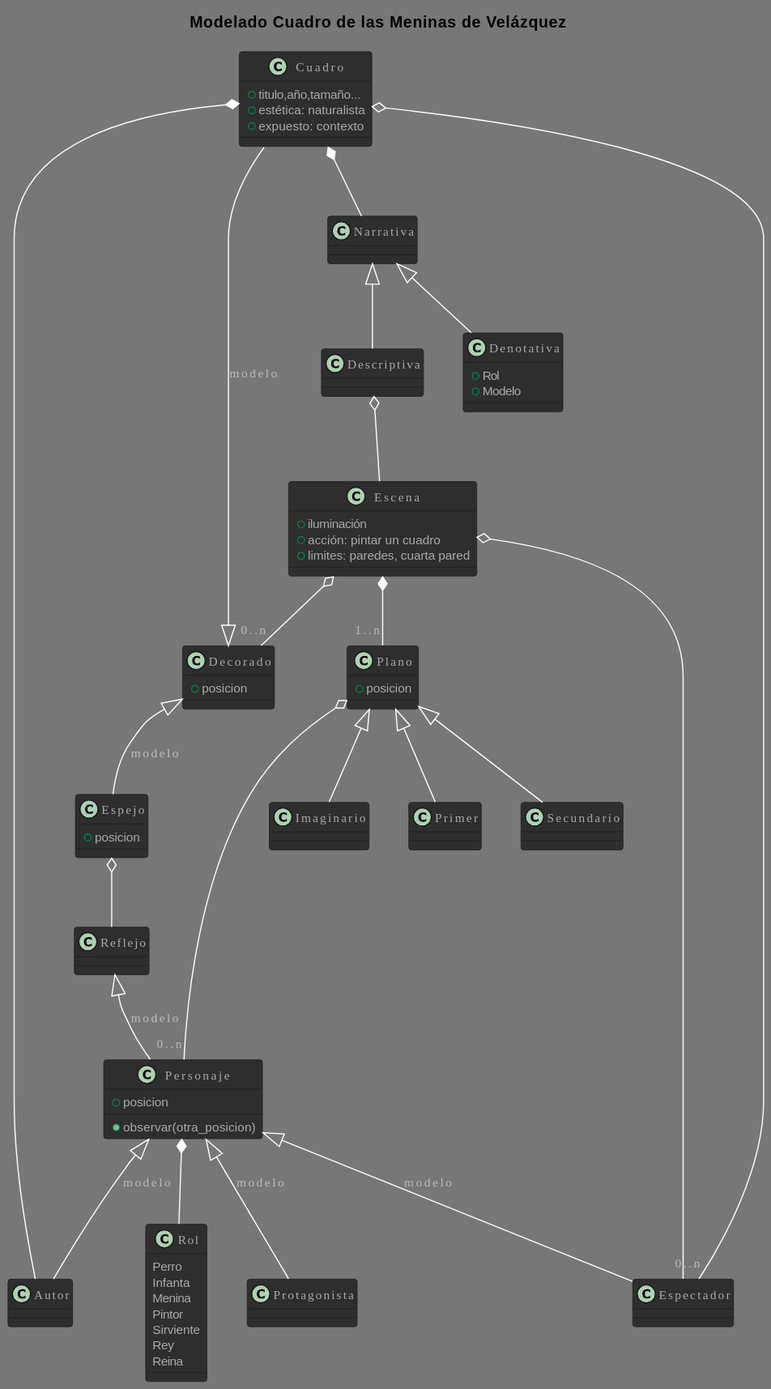
Above: PracticasMaster/01_Modelado_O/diagrams/meninas/MeninasDomain.svg in Joselon/joselon.github.io (PlantUML), before the change. The source it was exported from:
```plantuml
@startuml
!theme reddress-darkred
title Modelado Cuadro de las Meninas de Velázquez

class Cuadro {
    + titulo,año,tamaño...
    + estética: naturalista
    + expuesto: contexto
}
Cuadro *-- Autor
Cuadro o--"0..n" Espectador
Cuadro *-- Narrativa

class Narrativa {
}
Narrativa <|-- Denotativa
Narrativa <|-- Descriptiva

class Denotativa {
    + Rol
    + Modelo
}

class Rol {
    Perro
    Infanta
    Menina
    Pintor
    Sirviente
    Rey
    Reina
}

class Descriptiva{
}
Descriptiva o-- Escena

class Escena {
    + iluminación
    + acción: pintar un cuadro
    + limites: paredes, cuarta pared
}
Escena o--"0..n" Decorado
Escena *--"1..n" Plano
Escena o-- Espectador

class Plano {
    + posicion
}
Plano <|-- Primer
Plano <|-- Secundario
Plano <|-- Imaginario
Plano o--"0..n" Personaje

class Decorado {
   + posicion
}
Decorado <|-- Cuadro :modelo
Decorado <|-- Espejo :modelo

class Espejo {
    + posicion
}
Espejo o-- Reflejo

class Reflejo{
}
Reflejo <|-- Personaje :modelo

class Personaje {
    + posicion
    + observar(otra_posicion)
}
Personaje <|-- Autor :modelo
Personaje <|-- Espectador :modelo
Personaje <|-- Protagonista :modelo
Personaje *-- Rol

class Espectador {
}

@end




skinparam stereotypeCBackgroundColor 880000
skinparam backgroundColor 777







skinparam circledCharacter {
  radius 8
  fontSize 11
  fontName Verdana
}

skinparam class {
    backgroundColor 2e2e2e
  borderColor 1b1b1b
    fontColor fff
  fontName Verdana
  fontSize 11
  stereotypeFontColor aaa
  stereotypeFontSize 11
    arrowColor fff
  arrowFontName Verdana
  arrowFontColor bbb
  arrowFontSize 11

  attributeFontColor aaa
  attributeFontSize 11
  attributeIconSize 11
}


skinparam actor {
    backgroundColor 880000
  borderColor 330000
    fontColor fff
  fontName Verdana
  fontSize 11
  stereotypeFontColor aaa
  stereotypeFontSize 11
}

skinparam participant {
    backgroundColor 2e2e2e
  borderColor 1b1b1b
    fontColor fff
  fontName Verdana
  fontSize 11
  stereotypeFontColor aaa
  stereotypeFontSize 11
}

skinparam collections {
    backgroundColor 2e2e2e
  borderColor 1b1b1b
    fontColor fff
  fontName Verdana
  fontSize 11
  stereotypeFontColor aaa
  stereotypeFontSize 11
}

skinparam SequenceBox{
    backgroundColor 575757
  borderColor 767676
    fontColor fff
  fontName Verdana
  fontSize 11
  stereotypeFontColor aaa
  stereotypeFontSize 11
}


skinparam interface {
    backgroundColor 880000
  borderColor 330000
    fontColor fff
  fontName Verdana
  fontSize 11
  stereotypeFontColor aaa
  stereotypeFontSize 11
}

skinparam component {
    backgroundColor 2e2e2e
  borderColor 1b1b1b
    fontColor fff
  fontName Verdana
  fontSize 11
  stereotypeFontColor aaa
  stereotypeFontSize 11
}

skinparam node {
    backgroundColor 2e2e2e
  borderColor 1b1b1b
    fontColor fff
  fontName Verdana
  fontSize 11
  stereotypeFontColor aaa
  stereotypeFontSize 11
}

skinparam database {
    backgroundColor 2e2e2e
  borderColor 1b1b1b
    fontColor fff
  fontName Verdana
  fontSize 11
  stereotypeFontColor aaa
  stereotypeFontSize 11
}

skinparam queue {
    backgroundColor 2e2e2e
  borderColor 1b1b1b
    fontColor fff
  fontName Verdana
  fontSize 11
  stereotypeFontColor aaa
  stereotypeFontSize 11
}


skinparam usecase {
    backgroundColor 2e2e2e
  borderColor 1b1b1b
    fontColor fff
  fontName Verdana
  fontSize 11
  stereotypeFontColor aaa
  stereotypeFontSize 11
    arrowColor fff
  arrowFontName Verdana
  arrowFontColor bbb
  arrowFontSize 11
}

skinparam activity {
    backgroundColor 2e2e2e
  borderColor 1b1b1b
    fontColor fff
  fontName Verdana
  fontSize 11
  stereotypeFontColor aaa
  stereotypeFontSize 11
    arrowColor fff
  arrowFontName Verdana
  arrowFontColor bbb
  arrowFontSize 11
}

skinparam sequence {
    fontColor fff
  fontName Verdana
  fontSize 11
  stereotypeFontColor aaa
  stereotypeFontSize 11
    arrowColor fff
  arrowFontName Verdana
  arrowFontColor bbb
  arrowFontSize 11

  lifeLineBorderColor 880000
  lifeLineBackgroundColor 575757
}

skinparam boundary {
    backgroundColor 880000
  borderColor 330000
    fontColor fff
  fontName Verdana
  fontSize 11
  stereotypeFontColor aaa
  stereotypeFontSize 11
}

skinparam control {
    backgroundColor 880000
  borderColor 330000
    fontColor fff
  fontName Verdana
  fontSize 11
  stereotypeFontColor aaa
  stereotypeFontSize 11
}

skinparam entity {
    backgroundColor 880000
  borderColor 330000
    fontColor fff
  fontName Verdana
  fontSize 11
  stereotypeFontColor aaa
  stereotypeFontSize 11
}


skinparam state {
    backgroundColor 2e2e2e
  borderColor 1b1b1b
    fontColor fff
  fontName Verdana
  fontSize 11
  stereotypeFontColor aaa
  stereotypeFontSize 11
    arrowColor fff
  arrowFontName Verdana
  arrowFontColor bbb
  arrowFontSize 11
  startColor 880000
  endColor 330000
}


skinparam object {
    backgroundColor 2e2e2e
  borderColor 1b1b1b
    fontColor fff
  fontName Verdana
  fontSize 11
  stereotypeFontColor aaa
  stereotypeFontSize 11
    arrowColor fff
  arrowFontName Verdana
  arrowFontColor bbb
  arrowFontSize 11
}


skinparam note {
    backgroundColor 880000
  borderColor 330000
    fontColor fff
  fontName Verdana
  fontSize 11
  stereotypeFontColor aaa
  stereotypeFontSize 11
}

skinparam cloud {
    backgroundColor 2e2e2e
  borderColor 1b1b1b
    fontColor fff
  fontName Verdana
  fontSize 11
  stereotypeFontColor aaa
  stereotypeFontSize 11
    arrowColor fff
  arrowFontName Verdana
  arrowFontColor bbb
  arrowFontSize 11
}

skinparam rectangle {
    backgroundColor 2e2e2e
  borderColor 1b1b1b
    fontColor fff
  fontName Verdana
  fontSize 11
  stereotypeFontColor aaa
  stereotypeFontSize 11
}

skinparam storage {
    backgroundColor 2e2e2e
  borderColor 1b1b1b
    fontColor fff
  fontName Verdana
  fontSize 11
  stereotypeFontColor aaa
  stereotypeFontSize 11
}
title Modelado Cuadro de las Meninas de Velázquez

class Cuadro {
    + titulo,año,tamaño...
    + estética: naturalista
    + expuesto: contexto
}
Cuadro *-- Autor
Cuadro o--"0..n" Espectador
Cuadro *-- Narrativa

class Narrativa {
}
Narrativa <|-- Denotativa
Narrativa <|-- Descriptiva

class Denotativa {
    + Rol
    + Modelo
}

class Rol {
    Perro
    Infanta
    Menina
    Pintor
    Sirviente
    Rey
    Reina
}

class Descriptiva{
}
Descriptiva o-- Escena

class Escena {
    + iluminación
    + acción: pintar un cuadro
    + limites: paredes, cuarta pared
}
Escena o--"0..n" Decorado
Escena *--"1..n" Plano
Escena o-- Espectador

class Plano {
    + posicion
}
Plano <|-- Primer
Plano <|-- Secundario
Plano <|-- Imaginario
Plano o--"0..n" Personaje

class Decorado {
   + posicion
}
Decorado <|-- Cuadro :modelo
Decorado <|-- Espejo :modelo

class Espejo {
    + posicion
}
Espejo o-- Reflejo

class Reflejo{
}
Reflejo <|-- Personaje :modelo

class Personaje {
    + posicion
    + observar(otra_posicion)
}
Personaje <|-- Autor :modelo
Personaje <|-- Espectador :modelo
Personaje <|-- Protagonista :modelo
Personaje *-- Rol

class Espectador {
}

@end

PlantUML version 1.2024.3(Thu Feb 15 19:40:05 WET 2024)
(GPLv2 source distribution)
Java Runtime: OpenJDK Runtime Environment
JVM: OpenJDK 64-Bit Server VM
Default Encoding: Cp1252
Language: es
Country: ES
@enduml
```
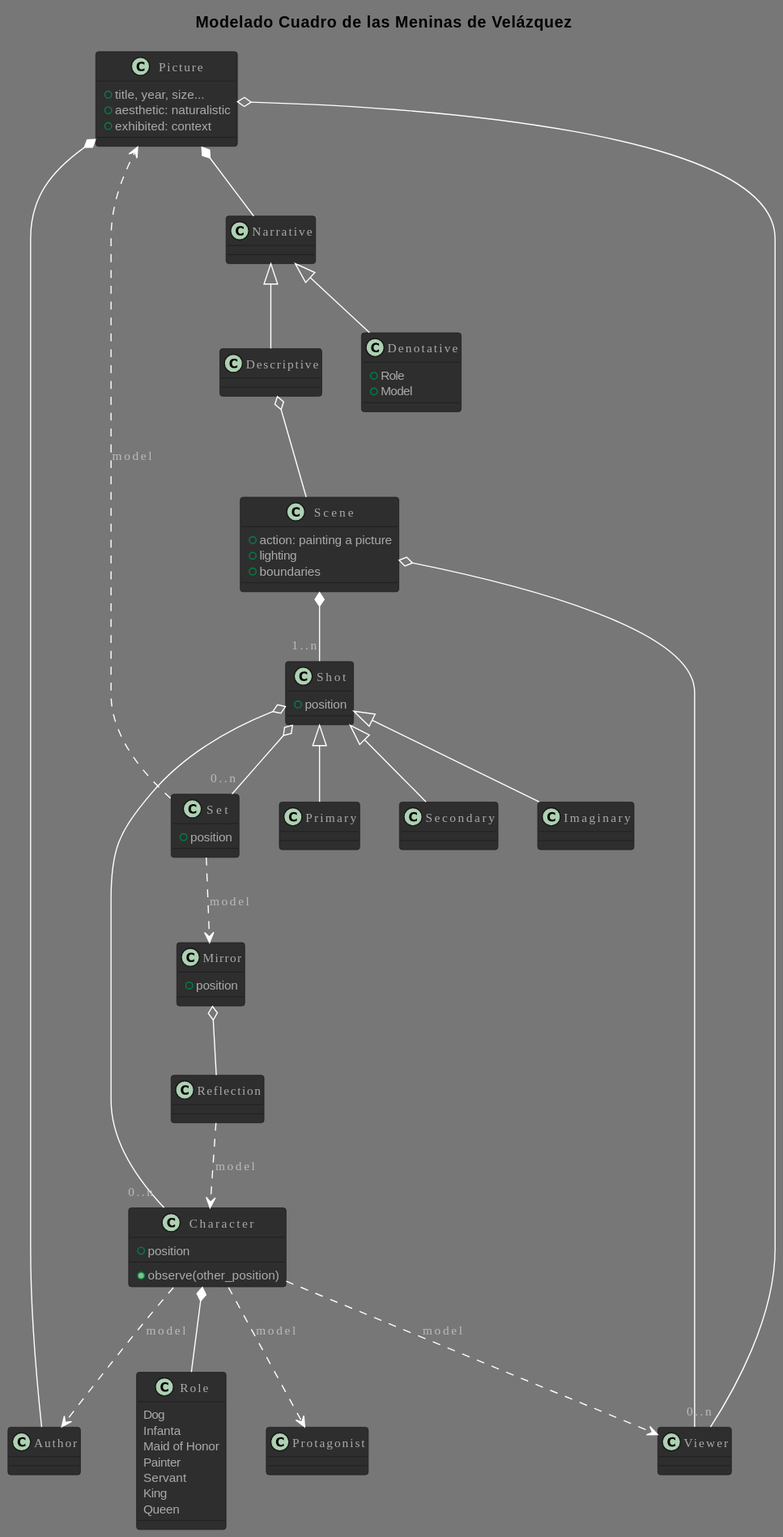
The same file after the commit.

Commit message:
Translate. Use model. LinkToCode

What changed in the source:
```diff
@@ -2,81 +2,80 @@
 !theme reddress-darkred
 title Modelado Cuadro de las Meninas de Velázquez
 
-class Cuadro {
-    + titulo,año,tamaño...
-    + estética: naturalista
-    + expuesto: contexto
+class Picture {
+    + title, year, size...
+    + aesthetic: naturalistic
+    + exhibited: context
 }
-Cuadro *-- Autor
-Cuadro o--"0..n" Espectador
-Cuadro *-- Narrativa
+Picture *-- Author
+Picture o--"0..n" Viewer
+Picture *-- Narrative
 
-class Narrativa {
+class Narrative {
 }
-Narrativa <|-- Denotativa
-Narrativa <|-- Descriptiva
+Narrative <|-- Denotative
+Narrative <|-- Descriptive
 
-class Denotativa {
-    + Rol
-    + Modelo
+class Denotative {
+    + Role
+    + Model
 }
 
-class Rol {
-    Perro
+class Role {
+    Dog
     Infanta
-    Menina
-    Pintor
-    Sirviente
-    Rey
-    Reina
+    Maid of Honor
+    Painter
+    Servant
+    King
+    Queen
 }
 
-class Descriptiva{
+class Descriptive {
 }
-Descriptiva o-- Escena
+Descriptive o-- Scene
 
-class Escena {
-    + iluminación
-    + acción: pintar un cuadro
-    + limites: paredes, cuarta pared
+class Scene {
+    + action: painting a picture
+    + lighting
+    + boundaries
 }
-Escena o--"0..n" Decorado
-Escena *--"1..n" Plano
-Escena o-- Espectador
+Scene *--"1..n" Shot
+Scene o-- Viewer
 
-class Plano {
-    + posicion
+class Shot {
+    + position
 }
-Plano <|-- Primer
-Plano <|-- Secundario
-Plano <|-- Imaginario
-Plano o--"0..n" Personaje
+Shot <|-- Primary
+Shot <|-- Secondary
+Shot <|-- Imaginary
+Shot o--"0..n" Character
+Shot o--"0..n" Set
+class Set {
+   + position
+}
+Set ..> Picture :model
+Set ..> Mirror :model
 
-class Decorado {
-   + posicion
+class Mirror {
+    + position
 }
-Decorado <|-- Cuadro :modelo
-Decorado <|-- Espejo :modelo
+Mirror o-- Reflection
 
-class Espejo {
-    + posicion
+class Reflection {
 }
-Espejo o-- Reflejo
+Reflection ..> Character :model
 
-class Reflejo{
+class Character {
+    + position
+    + observe(other_position)
 }
-Reflejo <|-- Personaje :modelo
+Character ..> Author :model
+Character ..> Viewer :model
+Character ..> Protagonist :model
+Character *-- Role
 
-class Personaje {
-    + posicion
-    + observar(otra_posicion)
-}
-Personaje <|-- Autor :modelo
-Personaje <|-- Espectador :modelo
-Personaje <|-- Protagonista :modelo
-Personaje *-- Rol
-
-class Espectador {
+class Viewer {
 }
 
 @end
@@ -361,81 +360,80 @@
 }
 title Modelado Cuadro de las Meninas de Velázquez
 
-class Cuadro {
-    + titulo,año,tamaño...
-    + estética: naturalista
-    + expuesto: contexto
+class Picture {
+    + title, year, size...
+    + aesthetic: naturalistic
+    + exhibited: context
 }
-Cuadro *-- Autor
-Cuadro o--"0..n" Espectador
-Cuadro *-- Narrativa
+Picture *-- Author
+Picture o--"0..n" Viewer
+Picture *-- Narrative
 
-class Narrativa {
+class Narrative {
 }
-Narrativa <|-- Denotativa
-Narrativa <|-- Descriptiva
+Narrative <|-- Denotative
+Narrative <|-- Descriptive
 
-class Denotativa {
-    + Rol
-    + Modelo
+class Denotative {
+    + Role
+    + Model
 }
 
-class Rol {
-    Perro
+class Role {
+    Dog
     Infanta
-    Menina
-    Pintor
-    Sirviente
-    Rey
-    Reina
+    Maid of Honor
+    Painter
+    Servant
+    King
+    Queen
 }
 
-class Descriptiva{
+class Descriptive {
 }
-Descriptiva o-- Escena
+Descriptive o-- Scene
 
-class Escena {
-    + iluminación
-    + acción: pintar un cuadro
-    + limites: paredes, cuarta pared
+class Scene {
+    + action: painting a picture
+    + lighting
+    + boundaries
 }
-Escena o--"0..n" Decorado
-Escena *--"1..n" Plano
-Escena o-- Espectador
+Scene *--"1..n" Shot
+Scene o-- Viewer
 
-class Plano {
-    + posicion
+class Shot {
+    + position
 }
-Plano <|-- Primer
-Plano <|-- Secundario
-Plano <|-- Imaginario
-Plano o--"0..n" Personaje
+Shot <|-- Primary
+Shot <|-- Secondary
+Shot <|-- Imaginary
+Shot o--"0..n" Character
+Shot o--"0..n" Set
+class Set {
+   + position
+}
+Set ..> Picture :model
+Set ..> Mirror :model
 
-class Decorado {
-   + posicion
+class Mirror {
+    + position
 }
-Decorado <|-- Cuadro :modelo
-Decorado <|-- Espejo :modelo
+Mirror o-- Reflection
 
-class Espejo {
-    + posicion
+class Reflection {
 }
-Espejo o-- Reflejo
+Reflection ..> Character :model
 
-class Reflejo{
+class Character {
+    + position
+    + observe(other_position)
 }
-Reflejo <|-- Personaje :modelo
+Character ..> Author :model
+Character ..> Viewer :model
+Character ..> Protagonist :model
+Character *-- Role
 
-class Personaje {
-    + posicion
-    + observar(otra_posicion)
-}
-Personaje <|-- Autor :modelo
-Personaje <|-- Espectador :modelo
-Personaje <|-- Protagonista :modelo
-Personaje *-- Rol
-
-class Espectador {
+class Viewer {
 }
 
 @end
```
